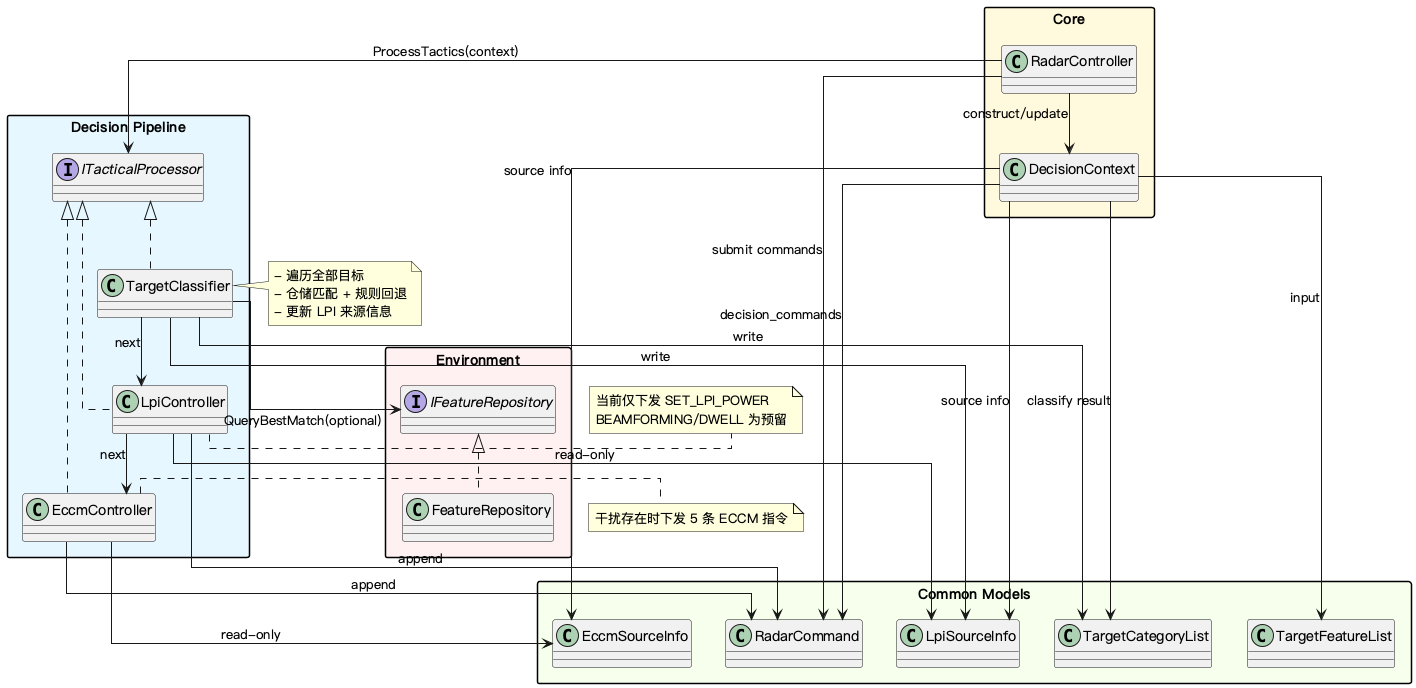
The PlantUML diagram doc/architecture/decision/decision-architecture.png in boilwater-3/1q, before a commit. Its diagram source:
```plantuml
@startuml decision-architecture
skinparam linetype ortho
skinparam packageStyle rectangle
skinparam defaultFontName "PingFang SC"

package "Core" #FFF8DC {
  class RadarController
  class DecisionContext
}

package "Decision Pipeline" #E6F7FF {
  interface ITacticalProcessor
  class TargetClassifier
  class LpiController
  class EccmController

  ITacticalProcessor <|.. TargetClassifier
  ITacticalProcessor <|.. LpiController
  ITacticalProcessor <|.. EccmController

  TargetClassifier --> LpiController : next
  LpiController --> EccmController : next
}

package "Common Models" #F6FFED {
  class TargetFeatureList
  class TargetCategoryList
  class LpiSourceInfo
  class EccmSourceInfo
  class RadarCommand
}

package "Environment" #FFF1F0 {
  interface IFeatureRepository
  class FeatureRepository
  IFeatureRepository <|.. FeatureRepository
}

RadarController --> DecisionContext : construct/update
RadarController --> ITacticalProcessor : ProcessTactics(context)
RadarController --> RadarCommand : submit commands

DecisionContext --> TargetFeatureList : input
DecisionContext --> TargetCategoryList : classify result
DecisionContext --> LpiSourceInfo : source info
DecisionContext --> EccmSourceInfo : source info
DecisionContext --> RadarCommand : decision_commands

TargetClassifier --> IFeatureRepository : QueryBestMatch(optional)
TargetClassifier --> TargetCategoryList : write
TargetClassifier --> LpiSourceInfo : write

LpiController --> LpiSourceInfo : read-only
LpiController --> RadarCommand : append

EccmController --> EccmSourceInfo : read-only
EccmController --> RadarCommand : append

note right of TargetClassifier
- 遍历全部目标
- 仓储匹配 + 规则回退
- 更新 LPI 来源信息
end note

note right of LpiController
当前仅下发 SET_LPI_POWER
BEAMFORMING/DWELL 为预留
end note

note right of EccmController
干扰存在时下发 5 条 ECCM 指令
end note

@enduml
```
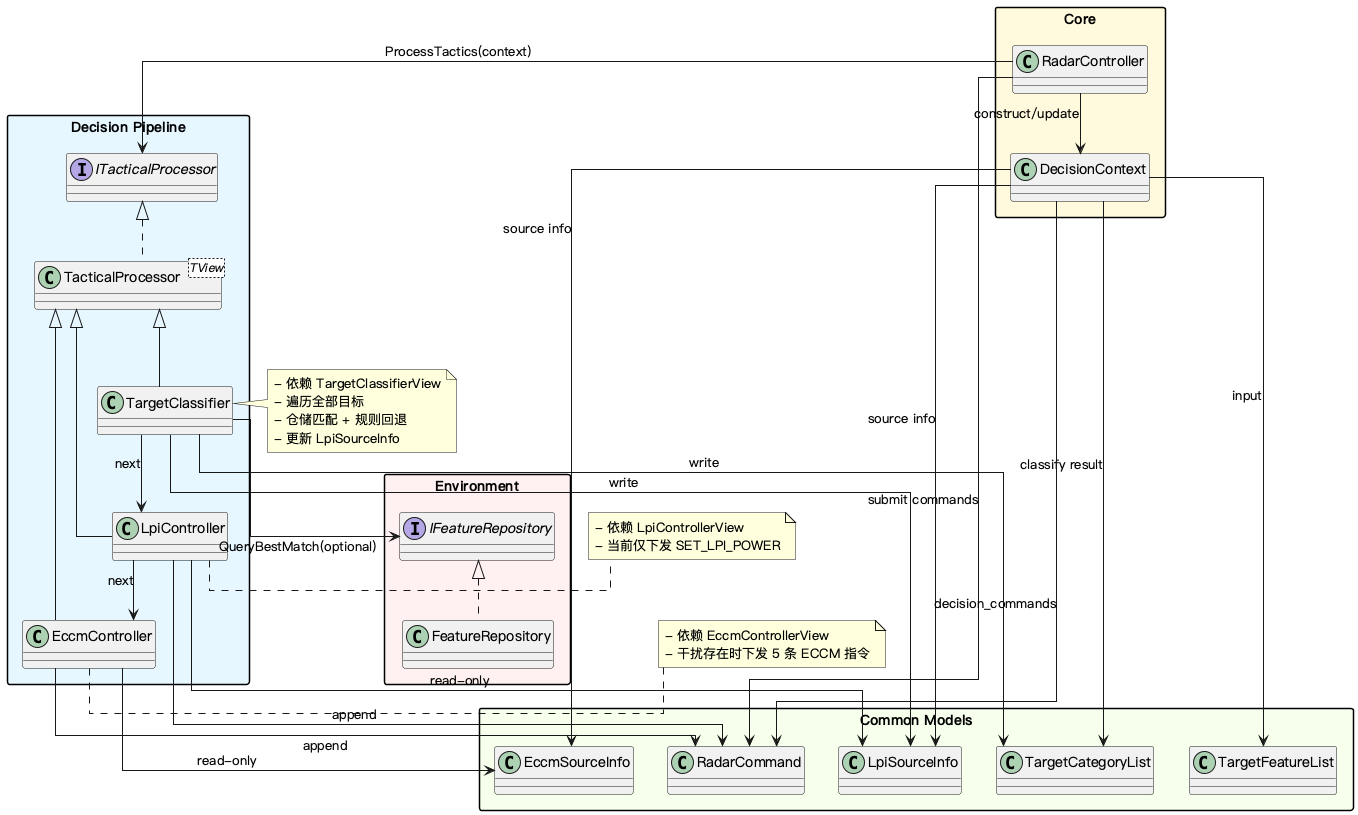
Later version of the same file.

Commit message:
docs(architecture): 更新内建总线与决策层设计图及文档对齐

The edit, as a diff of the source:
```diff
@@ -10,13 +10,15 @@
 
 package "Decision Pipeline" #E6F7FF {
   interface ITacticalProcessor
+  class "TacticalProcessor<TView>" as TacticalProcessor
   class TargetClassifier
   class LpiController
   class EccmController
 
-  ITacticalProcessor <|.. TargetClassifier
-  ITacticalProcessor <|.. LpiController
-  ITacticalProcessor <|.. EccmController
+  ITacticalProcessor <|.. TacticalProcessor
+  TacticalProcessor <|-- TargetClassifier
+  TacticalProcessor <|-- LpiController
+  TacticalProcessor <|-- EccmController
 
   TargetClassifier --> LpiController : next
   LpiController --> EccmController : next
@@ -57,18 +59,20 @@
 EccmController --> RadarCommand : append
 
 note right of TargetClassifier
+- 依赖 TargetClassifierView
 - 遍历全部目标
 - 仓储匹配 + 规则回退
-- 更新 LPI 来源信息
+- 更新 LpiSourceInfo
 end note
 
 note right of LpiController
-当前仅下发 SET_LPI_POWER
-BEAMFORMING/DWELL 为预留
+- 依赖 LpiControllerView
+- 当前仅下发 SET_LPI_POWER
 end note
 
 note right of EccmController
-干扰存在时下发 5 条 ECCM 指令
+- 依赖 EccmControllerView
+- 干扰存在时下发 5 条 ECCM 指令
 end note
 
 @enduml
```
